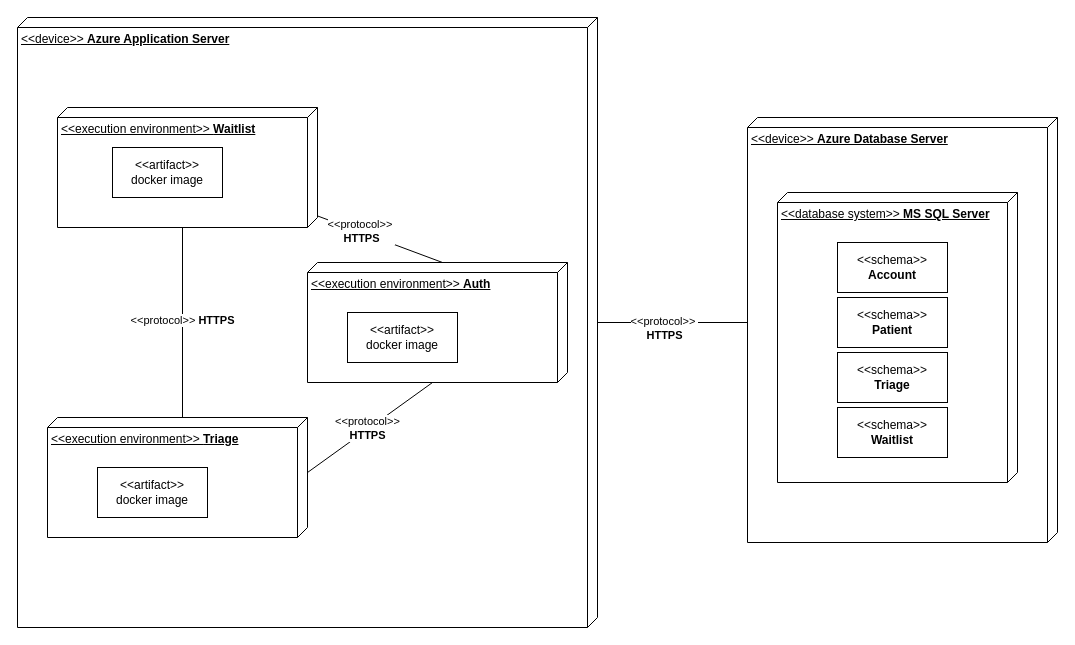
The draw.io diagram images/deployment_diagram.drawio in uvic-teach/project-m1-team1, before the edit. Source tidied: cells renumbered, new cells numbered last; positions are measured from the earlier drawing's top-left corner, leaving out a move shared by most shapes. Both pictures are drawn from the tidied source at 100%, with x=0, y=0 at pixel (17, 17).
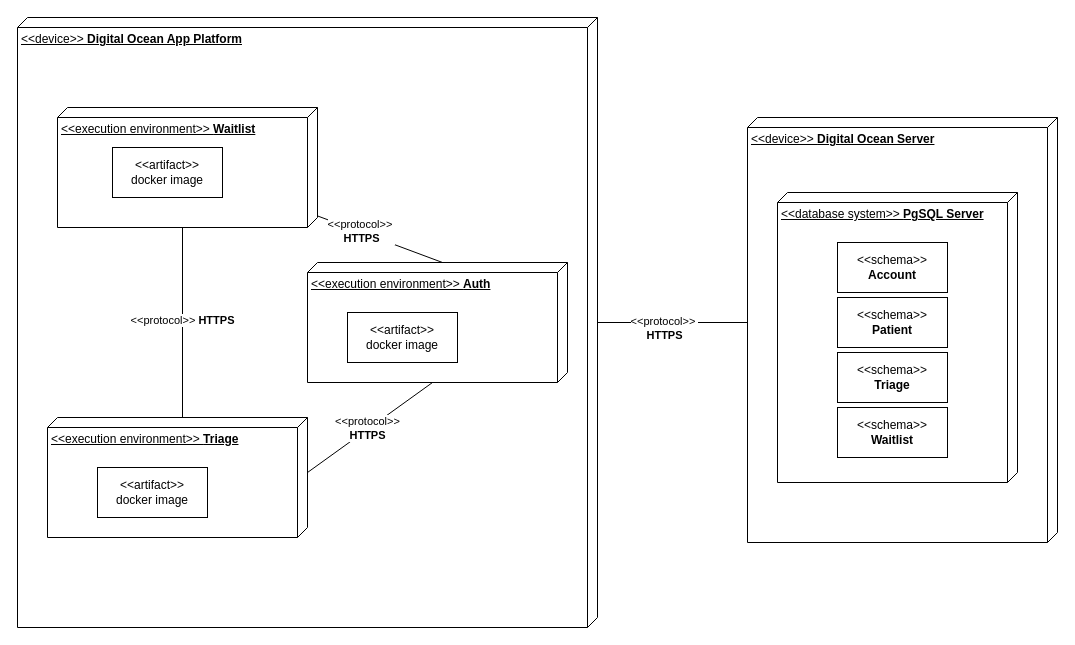
The same diagram, later.

The change refers to these unchanged cells:
```xml
<mxCell id="20" style="group;" parent="1" vertex="1">
  <mxGeometry x="730" y="105" width="310" height="420" as="geometry" />
</mxCell>
```

Diff of the diagram source:
```diff
@@
-    <mxCell id="2" value="&amp;lt;&amp;lt;device&amp;gt;&amp;gt; &lt;b&gt;Azure Application Server&lt;/b&gt;" style="verticalAlign=top;align=left;spacingTop=8;spacingLeft=2;spacingRight=12;shape=cube;size=10;direction=south;fontStyle=4;html=1;whiteSpace=wrap;" parent="1" vertex="1">
+    <mxCell id="2" value="&amp;lt;&amp;lt;device&amp;gt;&amp;gt; &lt;b&gt;Digital Ocean App Platform&lt;/b&gt;" style="verticalAlign=top;align=left;spacingTop=8;spacingLeft=2;spacingRight=12;shape=cube;size=10;direction=south;fontStyle=4;html=1;whiteSpace=wrap;" parent="1" vertex="1">
       <mxGeometry width="580" height="610" as="geometry" />
     </mxCell>
@@
-    <mxCell id="21" value="&amp;lt;&amp;lt;device&amp;gt;&amp;gt; &lt;b&gt;Azure Database Server&lt;/b&gt;" style="verticalAlign=top;align=left;spacingTop=8;spacingLeft=2;spacingRight=12;shape=cube;size=10;direction=south;fontStyle=4;html=1;whiteSpace=wrap;" parent="20" vertex="1">
+    <mxCell id="21" value="&amp;lt;&amp;lt;device&amp;gt;&amp;gt; &lt;b&gt;Digital Ocean Server&lt;/b&gt;" style="verticalAlign=top;align=left;spacingTop=8;spacingLeft=2;spacingRight=12;shape=cube;size=10;direction=south;fontStyle=4;html=1;whiteSpace=wrap;" parent="20" vertex="1">
       <mxGeometry y="-5" width="310" height="425" as="geometry" />
     </mxCell>
-    <mxCell id="22" value="&amp;lt;&amp;lt;database system&amp;gt;&amp;gt; &lt;b&gt;MS SQL Server&lt;/b&gt;" style="verticalAlign=top;align=left;spacingTop=8;spacingLeft=2;spacingRight=12;shape=cube;size=10;direction=south;fontStyle=4;html=1;whiteSpace=wrap;" parent="20" vertex="1">
+    <mxCell id="22" value="&amp;lt;&amp;lt;database system&amp;gt;&amp;gt; &lt;b&gt;PgSQL Server&lt;/b&gt;" style="verticalAlign=top;align=left;spacingTop=8;spacingLeft=2;spacingRight=12;shape=cube;size=10;direction=south;fontStyle=4;html=1;whiteSpace=wrap;" parent="20" vertex="1">
       <mxGeometry x="30" y="70" width="240" height="290" as="geometry" />
     </mxCell>
```
